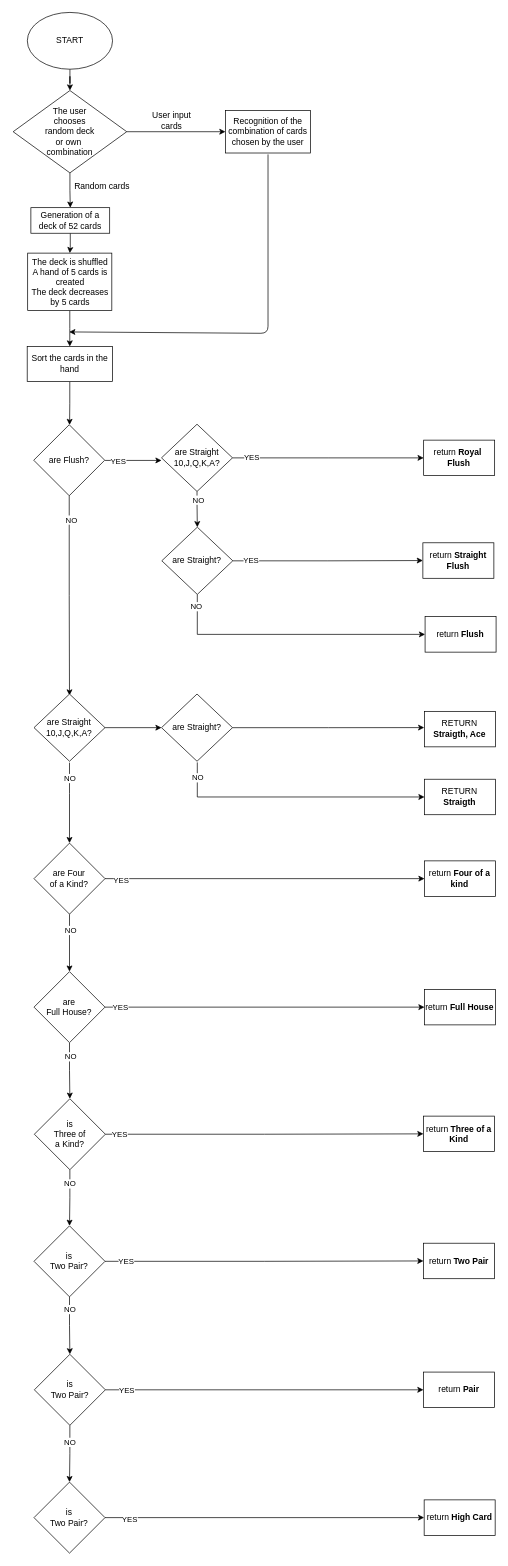
Above: assets/flowchart/Poker_game_flowchart.drawio in DomenicoMassimoCavaglieri/Poker-Game (draw.io), before the change. Source tidied: cells renumbered, new cells numbered last; positions are measured from the earlier drawing's top-left corner, leaving out a move shared by most shapes. Both pictures are drawn from the tidied source at 71%, with x=0, y=0 at pixel (12, 12).
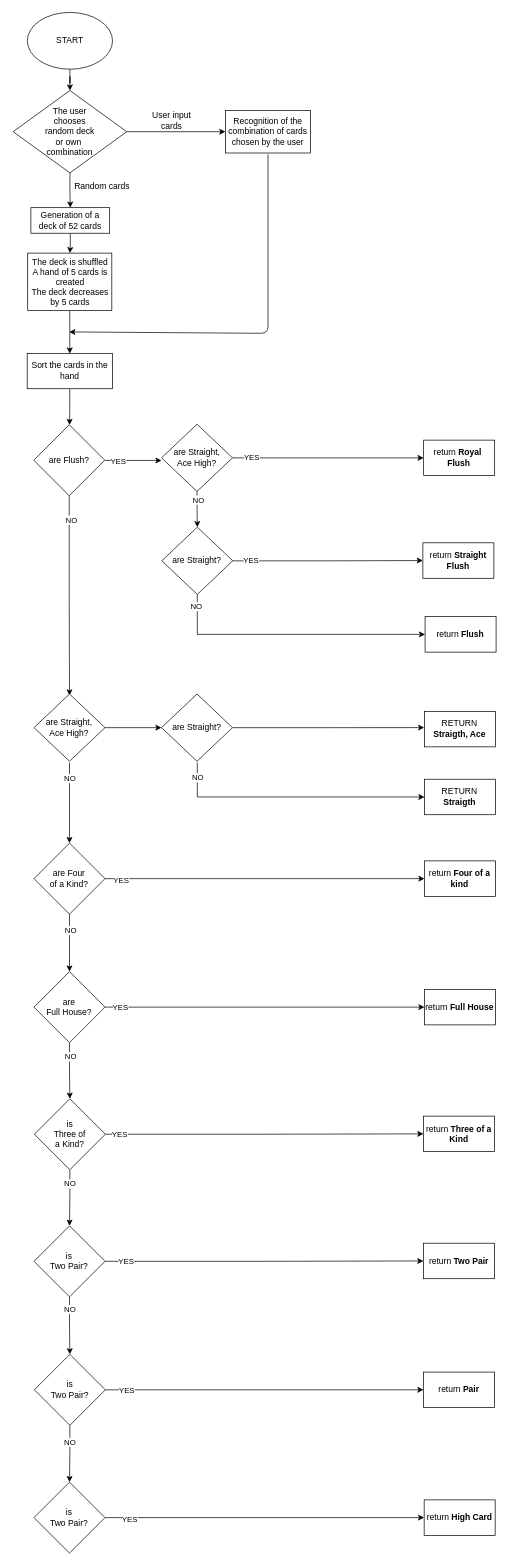
The same diagram, later.

Commit message (it also covers changes not shown here):
[UPDATE] The flowchart files are updated to the latest version

What changed in the source:
```diff
@@
     <mxCell id="16" value="Sort the cards in the hand&lt;span&gt; &lt;/span&gt;" style="whiteSpace=wrap;html=1;" parent="1" vertex="1">
-      <mxGeometry x="20.8" y="470.5" width="120" height="49.5" as="geometry" />
+      <mxGeometry x="20.8" y="480.5" width="120" height="49.5" as="geometry" />
     </mxCell>
@@
-    <mxCell id="55" value="are Straight&lt;br&gt;10,J,Q,K,A?" style="rhombus;whiteSpace=wrap;html=1;" parent="1" vertex="1">
+    <mxCell id="55" value="are Straight,&lt;br&gt;Ace High?" style="rhombus;whiteSpace=wrap;html=1;" parent="1" vertex="1">
       <mxGeometry x="210" y="580" width="100" height="94.7" as="geometry" />
     </mxCell>
@@
-    <mxCell id="78" value="are Straight&lt;br&gt;10,J,Q,K,A?" style="rhombus;whiteSpace=wrap;html=1;" parent="1" vertex="1">
+    <mxCell id="78" value="are Straight,&lt;br&gt;Ace High?" style="rhombus;whiteSpace=wrap;html=1;" parent="1" vertex="1">
       <mxGeometry x="30.4" y="960" width="100" height="94.7" as="geometry" />
     </mxCell>
```
